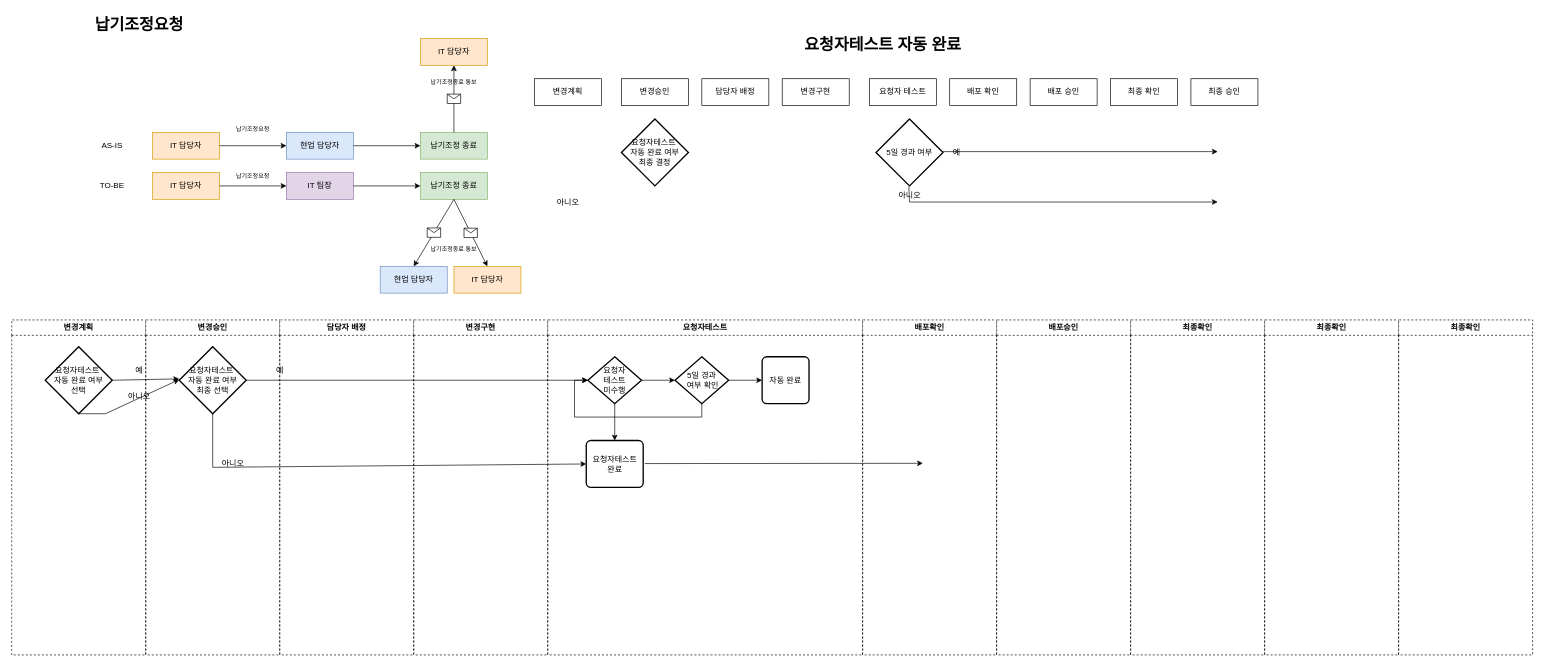
Above: 제목 없는 다이어그램.drawio in eoaud0012/Diagram (draw.io), before the change. Source tidied: cells renumbered, new cells numbered last; positions are measured from the earlier drawing's top-left corner, leaving out a move shared by most shapes. Both pictures are drawn from the tidied source at 67%, with x=0, y=0 at pixel (11, 11).
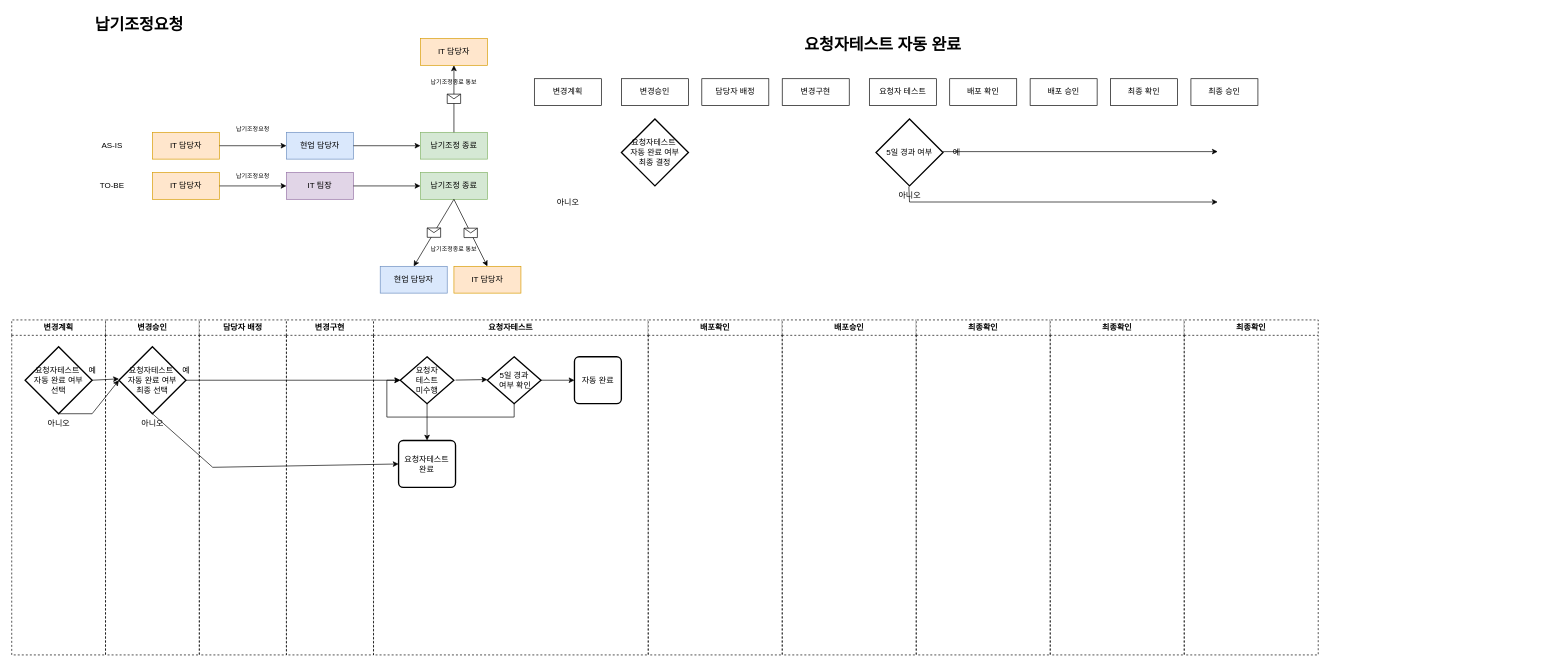
After the change.

Commit message:
제목 없는 다이어그램.drawio 업데이트(2304050841)

Change to the diagram source:
```diff
@@
     <mxCell id="45" value="변경계획" style="swimlane;whiteSpace=wrap;html=1;dashed=1;" parent="1" vertex="1">
-      <mxGeometry y="460" width="200" height="500" as="geometry" />
+      <mxGeometry y="460" width="140" height="500" as="geometry" />
     </mxCell>
     <mxCell id="46" value="요청자테스트&amp;nbsp;&lt;br&gt;자동 완료 여부 &lt;br&gt;선택" style="strokeWidth=2;html=1;shape=mxgraph.flowchart.decision;whiteSpace=wrap;" parent="45" vertex="1">
-      <mxGeometry x="50" y="40" width="100" height="100" as="geometry" />
+      <mxGeometry x="20" y="40" width="100" height="100" as="geometry" />
     </mxCell>
     <mxCell id="47" value="예" style="text;html=1;align=center;verticalAlign=middle;strokeColor=none;fillColor=none;" parent="45" vertex="1">
-      <mxGeometry x="170" y="60" width="40" height="30" as="geometry" />
+      <mxGeometry x="100" y="60" width="40" height="30" as="geometry" />
     </mxCell>
     <mxCell id="48" value="아니오" style="text;html=1;align=center;verticalAlign=middle;strokeColor=none;fillColor=none;" parent="45" vertex="1">
-      <mxGeometry x="160" y="100" width="60" height="30" as="geometry" />
+      <mxGeometry x="40" y="140" width="60" height="30" as="geometry" />
     </mxCell>
     <mxCell id="49" value="변경승인" style="swimlane;whiteSpace=wrap;html=1;dashed=1;startSize=23;" parent="1" vertex="1">
-      <mxGeometry x="200" y="460" width="200" height="500" as="geometry" />
+      <mxGeometry x="140" y="460" width="140" height="500" as="geometry" />
     </mxCell>
     <mxCell id="50" value="요청자테스트&amp;nbsp;&lt;br&gt;자동 완료 여부 &lt;br&gt;최종 선택" style="strokeWidth=2;html=1;shape=mxgraph.flowchart.decision;whiteSpace=wrap;" parent="49" vertex="1">
-      <mxGeometry x="50" y="40" width="100" height="100" as="geometry" />
+      <mxGeometry x="20" y="40" width="100" height="100" as="geometry" />
     </mxCell>
     <mxCell id="51" value="아니오" style="text;html=1;align=center;verticalAlign=middle;strokeColor=none;fillColor=none;" parent="49" vertex="1">
-      <mxGeometry x="100" y="200" width="60" height="30" as="geometry" />
+      <mxGeometry x="40" y="140" width="60" height="30" as="geometry" />
     </mxCell>
+    <mxCell id="53" value="예" style="text;html=1;align=center;verticalAlign=middle;strokeColor=none;fillColor=none;" parent="49" vertex="1">
+      <mxGeometry x="100" y="60" width="40" height="30" as="geometry" />
+    </mxCell>
     <mxCell id="52" value="담당자 배정" style="swimlane;whiteSpace=wrap;html=1;dashed=1;" parent="1" vertex="1">
-      <mxGeometry x="400" y="460" width="200" height="500" as="geometry" />
+      <mxGeometry x="280" y="460" width="130" height="500" as="geometry" />
     </mxCell>
-    <mxCell id="53" value="예" style="text;html=1;align=center;verticalAlign=middle;strokeColor=none;fillColor=none;" parent="52" vertex="1">
-      <mxGeometry x="-20" y="60" width="40" height="30" as="geometry" />
-    </mxCell>
     <mxCell id="54" value="변경구현" style="swimlane;whiteSpace=wrap;html=1;dashed=1;" parent="1" vertex="1">
-      <mxGeometry x="600" y="460" width="200" height="500" as="geometry" />
+      <mxGeometry x="410" y="460" width="130" height="500" as="geometry" />
     </mxCell>
     <mxCell id="55" value="요청자테스트" style="swimlane;whiteSpace=wrap;html=1;dashed=1;startSize=23;" parent="1" vertex="1">
-      <mxGeometry x="800" y="460" width="470" height="500" as="geometry" />
+      <mxGeometry x="540" y="460" width="410" height="500" as="geometry" />
     </mxCell>
     <mxCell id="56" value="5일 경과&lt;br&gt;&amp;nbsp;여부 확인" style="strokeWidth=2;html=1;shape=mxgraph.flowchart.decision;whiteSpace=wrap;" parent="55" vertex="1">
-      <mxGeometry x="190" y="55" width="80" height="70" as="geometry" />
+      <mxGeometry x="169.9" y="55" width="80" height="70" as="geometry" />
     </mxCell>
     <mxCell id="57" value="자동 완료" style="rounded=1;whiteSpace=wrap;html=1;absoluteArcSize=1;arcSize=14;strokeWidth=2;" parent="55" vertex="1">
-      <mxGeometry x="320" y="55" width="70" height="70" as="geometry" />
+      <mxGeometry x="299.9" y="55" width="70" height="70" as="geometry" />
     </mxCell>
-    <mxCell id="58" style="endArrow=classic;html=1;rounded=0;exitX=1;exitY=0.5;exitDx=0;exitDy=0;exitPerimeter=0;entryX=0;entryY=0.5;entryDx=0;entryDy=0;" parent="55" edge="1" source="56" target="57">
-      <mxGeometry relative="1" as="geometry" />
-    </mxCell>
     <mxCell id="59" value="요청자테스트&lt;br&gt;완료" style="rounded=1;whiteSpace=wrap;html=1;absoluteArcSize=1;arcSize=14;strokeWidth=2;" parent="55" vertex="1">
-      <mxGeometry x="57.5" y="180" width="85" height="70" as="geometry" />
+      <mxGeometry x="37.4" y="180" width="85" height="70" as="geometry" />
     </mxCell>
     <mxCell id="60" value="요청자&lt;br&gt;테스트&lt;br&gt;미수행" style="strokeWidth=2;html=1;shape=mxgraph.flowchart.decision;whiteSpace=wrap;" parent="55" vertex="1">
-      <mxGeometry x="60" y="55" width="80" height="70" as="geometry" />
+      <mxGeometry x="39.9" y="55" width="80" height="70" as="geometry" />
     </mxCell>
@@
     <mxCell id="62" style="edgeStyle=orthogonalEdgeStyle;rounded=0;jettySize=auto;html=1;entryX=0;entryY=0.5;entryDx=0;entryDy=0;entryPerimeter=0;exitX=0.5;exitY=1;exitDx=0;exitDy=0;exitPerimeter=0;" parent="55" edge="1" source="56" target="60">
       <mxGeometry relative="1" as="geometry">
         <Array as="points">
-          <mxPoint x="230" y="145" />
-          <mxPoint x="40" y="145" />
-          <mxPoint x="40" y="90" />
+          <mxPoint x="209.9" y="145" />
+          <mxPoint x="19.9" y="145" />
+          <mxPoint x="19.9" y="90" />
         </Array>
       </mxGeometry>
     </mxCell>
+    <mxCell id="73" style="endArrow=classic;html=1;rounded=0;entryX=0;entryY=0.5;entryDx=0;entryDy=0;exitX=1;exitY=0.5;exitDx=0;exitDy=0;exitPerimeter=0;" parent="55" edge="1" source="56" target="57">
+      <mxGeometry relative="1" as="geometry" />
+    </mxCell>
+    <mxCell id="64" style="endArrow=classic;html=1;rounded=0;exitX=1;exitY=0.5;exitDx=0;exitDy=0;exitPerimeter=0;" parent="55" edge="1">
+      <mxGeometry relative="1" as="geometry">
+        <mxPoint x="122.4" y="89.8" as="sourcePoint" />
+        <mxPoint x="169.9" y="89" as="targetPoint" />
+      </mxGeometry>
+    </mxCell>
     <mxCell id="63" value="배포확인" style="swimlane;whiteSpace=wrap;html=1;dashed=1;" parent="1" vertex="1">
-      <mxGeometry x="1270" y="460" width="200" height="500" as="geometry" />
+      <mxGeometry x="950" y="460" width="200" height="500" as="geometry" />
     </mxCell>
-    <mxCell id="64" style="endArrow=classic;html=1;rounded=0;exitX=1;exitY=0.5;exitDx=0;exitDy=0;exitPerimeter=0;" parent="63" edge="1">
-      <mxGeometry relative="1" as="geometry">
-        <mxPoint x="-325" y="214.4" as="sourcePoint" />
-        <mxPoint x="90" y="214" as="targetPoint" />
-      </mxGeometry>
-    </mxCell>
     <mxCell id="65" value="배포승인" style="swimlane;whiteSpace=wrap;html=1;dashed=1;startSize=23;" parent="1" vertex="1">
-      <mxGeometry x="1470" y="460" width="200" height="500" as="geometry" />
+      <mxGeometry x="1150" y="460" width="200" height="500" as="geometry" />
     </mxCell>
     <mxCell id="66" value="최종확인" style="swimlane;whiteSpace=wrap;html=1;dashed=1;" parent="1" vertex="1">
-      <mxGeometry x="1670" y="460" width="200" height="500" as="geometry" />
+      <mxGeometry x="1350" y="460" width="200" height="500" as="geometry" />
     </mxCell>
     <mxCell id="67" value="최종확인" style="swimlane;whiteSpace=wrap;html=1;dashed=1;" parent="1" vertex="1">
-      <mxGeometry x="1870" y="460" width="200" height="500" as="geometry" />
+      <mxGeometry x="1550" y="460" width="200" height="500" as="geometry" />
     </mxCell>
     <mxCell id="68" value="최종확인" style="swimlane;whiteSpace=wrap;html=1;dashed=1;" parent="1" vertex="1">
-      <mxGeometry x="2070" y="460" width="200" height="500" as="geometry" />
+      <mxGeometry x="1750" y="460" width="200" height="500" as="geometry" />
     </mxCell>
     <mxCell id="69" style="endArrow=classic;html=1;rounded=0;exitX=1;exitY=0.5;exitDx=0;exitDy=0;exitPerimeter=0;" parent="1" edge="1" source="46">
       <mxGeometry relative="1" as="geometry">
-        <mxPoint x="250" y="548" as="targetPoint" />
+        <mxPoint x="160" y="548" as="targetPoint" />
       </mxGeometry>
     </mxCell>
-    <mxCell id="70" style="endArrow=classic;html=1;rounded=0;exitX=0.5;exitY=1;exitDx=0;exitDy=0;exitPerimeter=0;" parent="1" edge="1" source="46">
+    <mxCell id="70" style="endArrow=classic;html=1;rounded=0;exitX=0.5;exitY=1;exitDx=0;exitDy=0;exitPerimeter=0;entryX=0;entryY=0.5;entryDx=0;entryDy=0;entryPerimeter=0;" parent="1" edge="1" source="46" target="50">
       <mxGeometry relative="1" as="geometry">
-        <mxPoint x="250" y="549" as="targetPoint" />
         <Array as="points">
-          <mxPoint x="140" y="600" />
+          <mxPoint x="120" y="600" />
         </Array>
       </mxGeometry>
     </mxCell>
@@
-    <mxCell id="73" style="endArrow=classic;html=1;rounded=0;entryX=0;entryY=0.5;entryDx=0;entryDy=0;entryPerimeter=0;" parent="1" edge="1" target="56">
-      <mxGeometry relative="1" as="geometry">
-        <mxPoint x="940" y="550" as="sourcePoint" />
-      </mxGeometry>
-    </mxCell>
```
